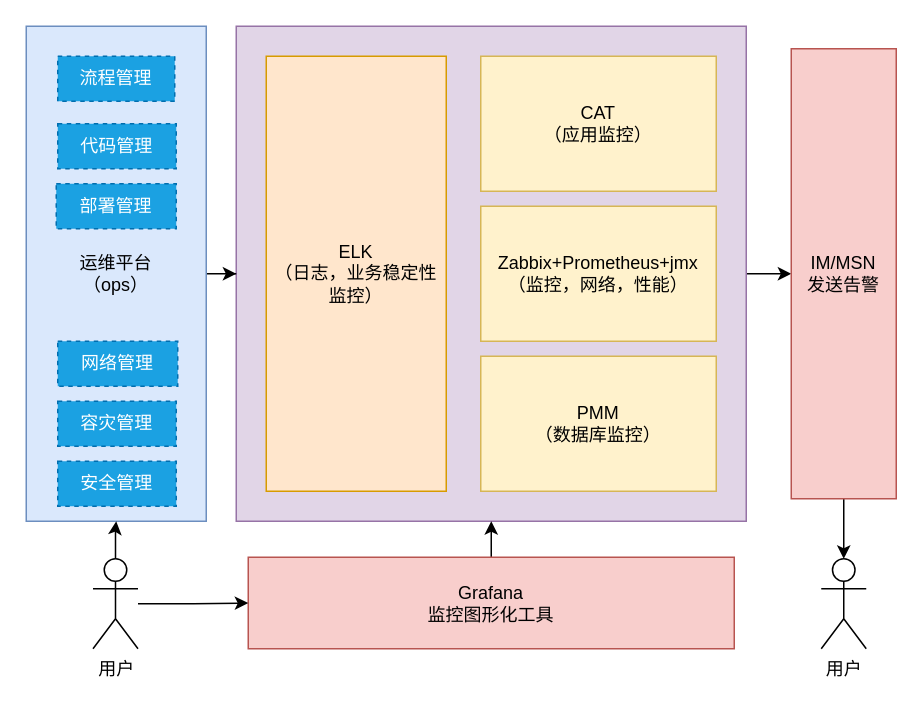
Above: page "deploy" (6 of 6) of cgc/cgc-framework.drawio in kinvensan/drawio (draw.io), before the change. Source tidied: cells renumbered, new cells numbered last; positions are measured from the earlier drawing's top-left corner, leaving out a move shared by most shapes. Both pictures are drawn from the tidied source at 150%, with x=0, y=0 at pixel (26, 26).
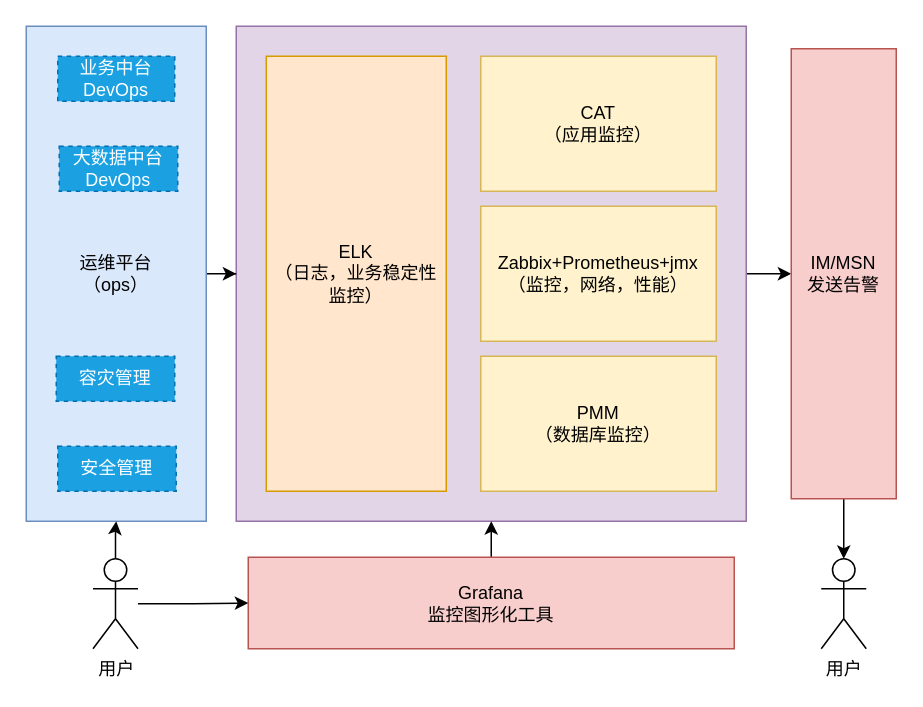
After the change.

What changed in the source:
```diff
@@
-    <mxCell id="18" value="流程管理" style="rounded=0;whiteSpace=wrap;html=1;strokeColor=#006EAF;fillColor=#1ba1e2;dashed=1;fontColor=#ffffff;" parent="1" vertex="1">
+    <mxCell id="18" value="业务中台DevOps" style="rounded=0;whiteSpace=wrap;html=1;strokeColor=#006EAF;fillColor=#1ba1e2;dashed=1;fontColor=#ffffff;" parent="1" vertex="1">
       <mxGeometry x="21" y="20" width="78" height="30" as="geometry" />
     </mxCell>
-    <mxCell id="19" value="代码管理" style="rounded=0;whiteSpace=wrap;html=1;strokeColor=#006EAF;fontColor=#ffffff;fillColor=#1ba1e2;dashed=1;" parent="1" vertex="1">
-      <mxGeometry x="21" y="65" width="79" height="30" as="geometry" />
+    <mxCell id="19" value="大数据中台&lt;br&gt;DevOps" style="rounded=0;whiteSpace=wrap;html=1;strokeColor=#006EAF;fontColor=#ffffff;fillColor=#1ba1e2;dashed=1;" parent="1" vertex="1">
+      <mxGeometry x="22" y="80" width="79" height="30" as="geometry" />
     </mxCell>
-    <mxCell id="20" value="部署管理" style="rounded=0;whiteSpace=wrap;html=1;strokeColor=#006EAF;fontColor=#ffffff;fillColor=#1ba1e2;dashed=1;" parent="1" vertex="1">
-      <mxGeometry x="20" y="105" width="80" height="30" as="geometry" />
-    </mxCell>
     <mxCell id="21" value="容灾管理" style="rounded=0;whiteSpace=wrap;html=1;strokeColor=#006EAF;fontColor=#ffffff;fillColor=#1ba1e2;dashed=1;" parent="1" vertex="1">
-      <mxGeometry x="21" y="250" width="79" height="30" as="geometry" />
+      <mxGeometry x="20" y="220" width="79" height="30" as="geometry" />
     </mxCell>
     <mxCell id="22" value="安全管理" style="rounded=0;whiteSpace=wrap;html=1;strokeColor=#006EAF;fontColor=#ffffff;fillColor=#1ba1e2;dashed=1;" parent="1" vertex="1">
-      <mxGeometry x="21" y="290" width="79" height="30" as="geometry" />
+      <mxGeometry x="21" y="280" width="79" height="30" as="geometry" />
     </mxCell>
-    <mxCell id="23" value="网络管理" style="rounded=0;whiteSpace=wrap;html=1;strokeColor=#006EAF;fontColor=#ffffff;fillColor=#1ba1e2;dashed=1;" parent="1" vertex="1">
-      <mxGeometry x="21" y="210" width="80" height="30" as="geometry" />
-    </mxCell>
```
